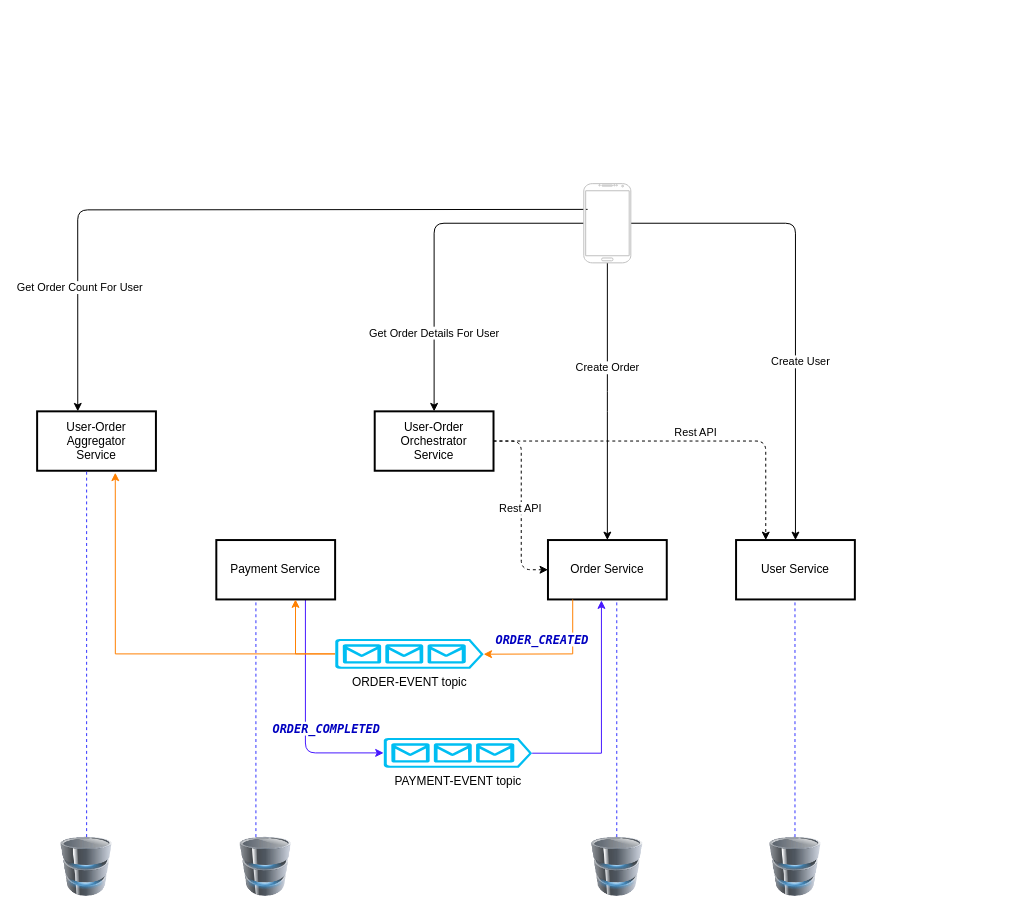
Before: micro-aggregator-and-orchestrator/Project-Architecture-Diagram.drawio in HimanshubhusanRath/microservices_architecture, a draw.io diagram. Source tidied: cells renumbered, new cells numbered last; positions are measured from the earlier drawing's top-left corner, leaving out a move shared by most shapes. Both pictures are drawn from the tidied source at 99%, with x=0, y=0 at pixel (37, 183).
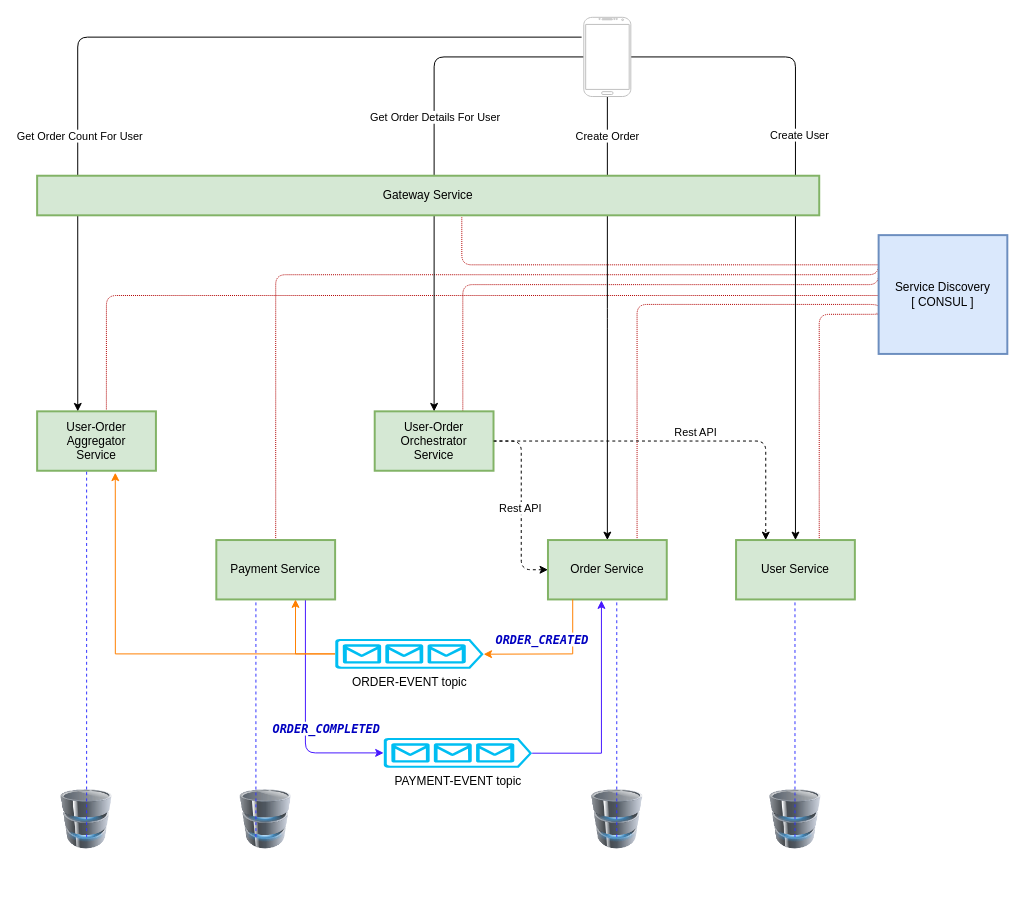
The same diagram, later.

Unchanged cells that the change refers to:
```xml
<mxCell id="27" style="edgeStyle=orthogonalEdgeStyle;rounded=1;jettySize=auto;html=1;entryX=0.5;entryY=0;entryDx=0;entryDy=0;strokeColor=#000000;" parent="1" edge="1" source="34" target="3">
  <mxGeometry relative="1" as="geometry" />
</mxCell>
<mxCell id="30" style="edgeStyle=orthogonalEdgeStyle;rounded=1;jettySize=auto;html=1;entryX=0.5;entryY=0;entryDx=0;entryDy=0;strokeColor=#000000;" parent="1" edge="1" source="34" target="24">
  <mxGeometry relative="1" as="geometry" />
</mxCell>
```

The edit, as a diff of the source:
```diff
@@
+    <mxCell id="35" style="edgeStyle=orthogonalEdgeStyle;rounded=1;jettySize=auto;html=1;entryX=-0.015;entryY=0.658;entryDx=0;entryDy=0;dashed=1;dashPattern=1 1;endArrow=none;endFill=0;strokeWidth=1;fillColor=#e51400;strokeColor=#B20000;entryPerimeter=0;" parent="1" edge="1" source="2" target="42">
+      <mxGeometry relative="1" as="geometry">
+        <Array as="points">
+          <mxPoint x="790" y="132" />
+          <mxPoint x="850" y="132" />
+          <mxPoint x="850" y="131" />
+        </Array>
+      </mxGeometry>
+    </mxCell>
-    <mxCell id="2" value="User Service" style="whiteSpace=wrap;html=1;align=center;newEdgeStyle={&quot;edgeStyle&quot;:&quot;elbowEdgeStyle&quot;,&quot;startArrow&quot;:&quot;none&quot;,&quot;endArrow&quot;:&quot;none&quot;};strokeWidth=2;" parent="1" vertex="1">
+    <mxCell id="2" value="User Service" style="whiteSpace=wrap;html=1;align=center;newEdgeStyle={&quot;edgeStyle&quot;:&quot;elbowEdgeStyle&quot;,&quot;startArrow&quot;:&quot;none&quot;,&quot;endArrow&quot;:&quot;none&quot;};strokeWidth=2;fillColor=#d5e8d4;strokeColor=#82b366;" parent="1" vertex="1">
       <mxGeometry x="706" y="360" width="120" height="60" as="geometry" />
     </mxCell>
+    <mxCell id="36" style="edgeStyle=orthogonalEdgeStyle;rounded=1;jettySize=auto;html=1;exitX=0.75;exitY=0;exitDx=0;exitDy=0;entryX=0;entryY=0.625;entryDx=0;entryDy=0;entryPerimeter=0;dashed=1;dashPattern=1 1;endArrow=none;endFill=0;strokeWidth=1;fillColor=#e51400;strokeColor=#B20000;" parent="1" edge="1" source="3" target="42">
+      <mxGeometry relative="1" as="geometry">
+        <Array as="points">
+          <mxPoint x="606" y="122" />
+          <mxPoint x="850" y="122" />
+        </Array>
+      </mxGeometry>
+    </mxCell>
-    <mxCell id="3" value="Order Service" style="whiteSpace=wrap;html=1;align=center;newEdgeStyle={&quot;edgeStyle&quot;:&quot;elbowEdgeStyle&quot;,&quot;startArrow&quot;:&quot;none&quot;,&quot;endArrow&quot;:&quot;none&quot;};strokeWidth=2;" parent="1" vertex="1">
+    <mxCell id="3" value="Order Service" style="whiteSpace=wrap;html=1;align=center;newEdgeStyle={&quot;edgeStyle&quot;:&quot;elbowEdgeStyle&quot;,&quot;startArrow&quot;:&quot;none&quot;,&quot;endArrow&quot;:&quot;none&quot;};strokeWidth=2;fillColor=#d5e8d4;strokeColor=#82b366;" parent="1" vertex="1">
       <mxGeometry x="516" y="360" width="120" height="60" as="geometry" />
     </mxCell>
@@
+    <mxCell id="37" style="edgeStyle=orthogonalEdgeStyle;rounded=1;jettySize=auto;html=1;entryX=0;entryY=0.113;entryDx=0;entryDy=0;entryPerimeter=0;dashed=1;dashPattern=1 1;endArrow=none;endFill=0;strokeWidth=1;fillColor=#e51400;strokeColor=#B20000;" parent="1" edge="1" source="6" target="42">
+      <mxGeometry relative="1" as="geometry">
+        <Array as="points">
+          <mxPoint x="241" y="92" />
+        </Array>
+      </mxGeometry>
+    </mxCell>
-    <mxCell id="6" value="Payment Service" style="whiteSpace=wrap;html=1;align=center;newEdgeStyle={&quot;edgeStyle&quot;:&quot;elbowEdgeStyle&quot;,&quot;startArrow&quot;:&quot;none&quot;,&quot;endArrow&quot;:&quot;none&quot;};strokeWidth=2;" parent="1" vertex="1">
+    <mxCell id="6" value="Payment Service" style="whiteSpace=wrap;html=1;align=center;newEdgeStyle={&quot;edgeStyle&quot;:&quot;elbowEdgeStyle&quot;,&quot;startArrow&quot;:&quot;none&quot;,&quot;endArrow&quot;:&quot;none&quot;};strokeWidth=2;fillColor=#d5e8d4;strokeColor=#82b366;" parent="1" vertex="1">
       <mxGeometry x="181" y="360" width="120" height="60" as="geometry" />
     </mxCell>
@@
+    <mxCell id="38" style="edgeStyle=orthogonalEdgeStyle;rounded=1;jettySize=auto;html=1;entryX=0;entryY=0.5;entryDx=0;entryDy=0;exitX=0.583;exitY=-0.033;exitDx=0;exitDy=0;exitPerimeter=0;dashed=1;endArrow=none;endFill=0;fillColor=#e51400;strokeWidth=1;strokeColor=#B20000;dashPattern=1 1;" parent="1" edge="1" source="13">
+      <mxGeometry relative="1" as="geometry">
+        <mxPoint x="850" y="113" as="targetPoint" />
+        <Array as="points">
+          <mxPoint x="70" y="113" />
+        </Array>
+      </mxGeometry>
+    </mxCell>
-    <mxCell id="13" value="User-Order Aggregator &lt;br&gt;Service" style="whiteSpace=wrap;html=1;align=center;newEdgeStyle={&quot;edgeStyle&quot;:&quot;elbowEdgeStyle&quot;,&quot;startArrow&quot;:&quot;none&quot;,&quot;endArrow&quot;:&quot;none&quot;};strokeWidth=2;" parent="1" vertex="1">
+    <mxCell id="13" value="User-Order Aggregator &lt;br&gt;Service" style="whiteSpace=wrap;html=1;align=center;newEdgeStyle={&quot;edgeStyle&quot;:&quot;elbowEdgeStyle&quot;,&quot;startArrow&quot;:&quot;none&quot;,&quot;endArrow&quot;:&quot;none&quot;};strokeWidth=2;fillColor=#d5e8d4;strokeColor=#82b366;" parent="1" vertex="1">
       <mxGeometry y="230" width="120" height="60" as="geometry" />
     </mxCell>
     <mxCell id="14" style="image;html=1;image=img/lib/clip_art/computers/Database_128x128.png;strokeWidth=2;" parent="1" vertex="1">
-      <mxGeometry x="20" y="660" width="60" height="60" as="geometry" />
+      <mxGeometry x="20" y="612" width="60" height="60" as="geometry" />
     </mxCell>
     <mxCell id="15" style="image;html=1;image=img/lib/clip_art/computers/Database_128x128.png;strokeWidth=2;" parent="1" vertex="1">
-      <mxGeometry x="201" y="660" width="60" height="60" as="geometry" />
+      <mxGeometry x="201" y="612" width="60" height="60" as="geometry" />
     </mxCell>
     <mxCell id="16" style="image;html=1;image=img/lib/clip_art/computers/Database_128x128.png;strokeWidth=2;" parent="1" vertex="1">
-      <mxGeometry x="556" y="660" width="60" height="60" as="geometry" />
+      <mxGeometry x="556" y="612" width="60" height="60" as="geometry" />
     </mxCell>
     <mxCell id="17" style="image;html=1;image=img/lib/clip_art/computers/Database_128x128.png;strokeWidth=2;" parent="1" vertex="1">
-      <mxGeometry x="736" y="660" width="60" height="60" as="geometry" />
+      <mxGeometry x="736" y="612" width="60" height="60" as="geometry" />
     </mxCell>
-    <mxCell id="18" style="endArrow=none;dashed=1;html=1;rounded=1;strokeColor=#3333FF;exitX=0.5;exitY=0;exitDx=0;exitDy=0;" parent="1" edge="1" source="14">
+    <mxCell id="18" style="endArrow=none;dashed=1;html=1;rounded=1;strokeColor=#3333FF;exitX=0.5;exitY=0;exitDx=0;exitDy=0;" parent="1" edge="1">
       <mxGeometry relative="1" as="geometry">
+        <mxPoint x="50" y="660" as="sourcePoint" />
         <mxPoint x="50" y="290" as="targetPoint" />
       </mxGeometry>
     </mxCell>
@@
+    <mxCell id="39" style="edgeStyle=orthogonalEdgeStyle;rounded=1;jettySize=auto;html=1;entryX=0;entryY=0.25;entryDx=0;entryDy=0;dashed=1;dashPattern=1 1;endArrow=none;endFill=0;strokeWidth=1;fillColor=#e51400;strokeColor=#B20000;" parent="1" edge="1" source="24" target="42">
+      <mxGeometry relative="1" as="geometry">
+        <Array as="points">
+          <mxPoint x="430" y="102" />
+        </Array>
+      </mxGeometry>
+    </mxCell>
-    <mxCell id="24" value="User-Order Orchestrator&lt;br&gt;Service" style="whiteSpace=wrap;html=1;align=center;newEdgeStyle={&quot;edgeStyle&quot;:&quot;elbowEdgeStyle&quot;,&quot;startArrow&quot;:&quot;none&quot;,&quot;endArrow&quot;:&quot;none&quot;};strokeWidth=2;" parent="1" vertex="1">
+    <mxCell id="24" value="User-Order Orchestrator&lt;br&gt;Service" style="whiteSpace=wrap;html=1;align=center;newEdgeStyle={&quot;edgeStyle&quot;:&quot;elbowEdgeStyle&quot;,&quot;startArrow&quot;:&quot;none&quot;,&quot;endArrow&quot;:&quot;none&quot;};strokeWidth=2;fillColor=#d5e8d4;strokeColor=#82b366;" parent="1" vertex="1">
       <mxGeometry x="341" y="230" width="120" height="60" as="geometry" />
     </mxCell>
@@
     <mxCell id="28" value="Create Order" style="edgeLabel;html=1;align=center;verticalAlign=middle;" parent="27" vertex="1">
-      <mxGeometry x="-0.25" y="-1" relative="1" as="geometry" />
+      <mxGeometry x="-0.25" y="-1" relative="1" as="geometry">
+        <mxPoint y="-129" as="offset" />
+      </mxGeometry>
     </mxCell>
     <mxCell id="29" value="Create User" style="edgeStyle=orthogonalEdgeStyle;rounded=1;jettySize=auto;html=1;entryX=0.5;entryY=0;entryDx=0;entryDy=0;strokeColor=#000000;" parent="1" edge="1" source="34" target="2">
-      <mxGeometry x="0.26" y="5" relative="1" as="geometry" />
+      <mxGeometry x="-0.25" y="4" relative="1" as="geometry" />
     </mxCell>
@@
     <mxCell id="31" value="Get Order Details For User" style="edgeLabel;html=1;align=center;verticalAlign=middle;" parent="30" vertex="1">
       <mxGeometry x="-0.15" y="1" relative="1" as="geometry">
-        <mxPoint x="-7" y="109" as="offset" />
+        <mxPoint x="-1" y="-4" as="offset" />
       </mxGeometry>
     </mxCell>
     <mxCell id="32" style="edgeStyle=orthogonalEdgeStyle;rounded=1;jettySize=auto;html=1;entryX=0.342;entryY=0;entryDx=0;entryDy=0;entryPerimeter=0;strokeColor=#000000;" parent="1" edge="1" target="13">
       <mxGeometry relative="1" as="geometry">
-        <mxPoint x="556" y="26" as="sourcePoint" />
+        <mxPoint x="550" y="-148" as="sourcePoint" />
+        <Array as="points">
+          <mxPoint x="41" y="-148" />
+        </Array>
       </mxGeometry>
     </mxCell>
     <mxCell id="33" value="Get Order Count For User" style="edgeLabel;html=1;align=center;verticalAlign=middle;" parent="32" vertex="1">
-      <mxGeometry x="0.65" y="1" relative="1" as="geometry" />
+      <mxGeometry x="0.65" y="1" relative="1" as="geometry">
+        <mxPoint y="-123" as="offset" />
+      </mxGeometry>
     </mxCell>
     <mxCell id="34" style="verticalLabelPosition=bottom;verticalAlign=top;html=1;shadow=0;dashed=0;strokeWidth=1;shape=mxgraph.android.phone2;strokeColor=#c0c0c0;" parent="1" vertex="1">
-      <mxGeometry x="552.2" width="47.5" height="80" as="geometry" />
+      <mxGeometry x="552.2" y="-168" width="47.5" height="80" as="geometry" />
     </mxCell>
+    <mxCell id="40" style="edgeStyle=orthogonalEdgeStyle;rounded=1;jettySize=auto;html=1;entryX=0.5;entryY=0;entryDx=0;entryDy=0;dashed=1;dashPattern=1 1;endArrow=none;endFill=0;strokeWidth=1;fillColor=#e51400;strokeColor=#B20000;exitX=0.543;exitY=1.05;exitDx=0;exitDy=0;exitPerimeter=0;" parent="1" edge="1" source="41" target="42">
+      <mxGeometry relative="1" as="geometry">
+        <Array as="points">
+          <mxPoint x="429" y="82" />
+        </Array>
+      </mxGeometry>
+    </mxCell>
+    <mxCell id="41" value="Gateway Service" style="whiteSpace=wrap;html=1;align=center;newEdgeStyle={&quot;edgeStyle&quot;:&quot;elbowEdgeStyle&quot;,&quot;startArrow&quot;:&quot;none&quot;,&quot;endArrow&quot;:&quot;none&quot;};strokeWidth=2;fillColor=#d5e8d4;strokeColor=#82b366;" parent="1" vertex="1">
+      <mxGeometry y="-8" width="790" height="40" as="geometry" />
+    </mxCell>
+    <mxCell id="42" value="Service Discovery &lt;br&gt;[ CONSUL ]" style="whiteSpace=wrap;html=1;align=center;newEdgeStyle={&quot;edgeStyle&quot;:&quot;elbowEdgeStyle&quot;,&quot;startArrow&quot;:&quot;none&quot;,&quot;endArrow&quot;:&quot;none&quot;};strokeWidth=2;fillColor=#dae8fc;strokeColor=#6c8ebf;" parent="1" vertex="1">
+      <mxGeometry x="850" y="52" width="130" height="120" as="geometry" />
+    </mxCell>
```
